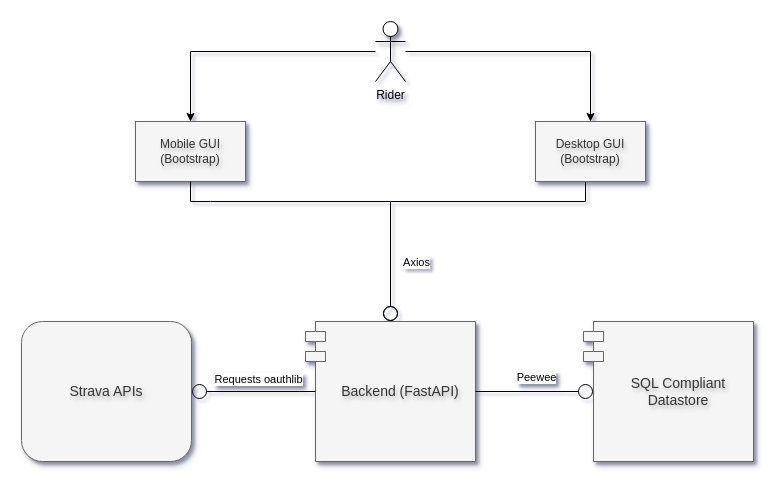
Above: page "System overview" (1 of 7) of docs/all_diagrams.drawio in xivind/velo-supervisor-2000 (draw.io), before the change. Source tidied: cells renumbered, new cells numbered last; positions are measured from the earlier drawing's top-left corner, leaving out a move shared by most shapes. Both pictures are drawn from the tidied source at 100%, with x=0, y=0 at pixel (21, 21).
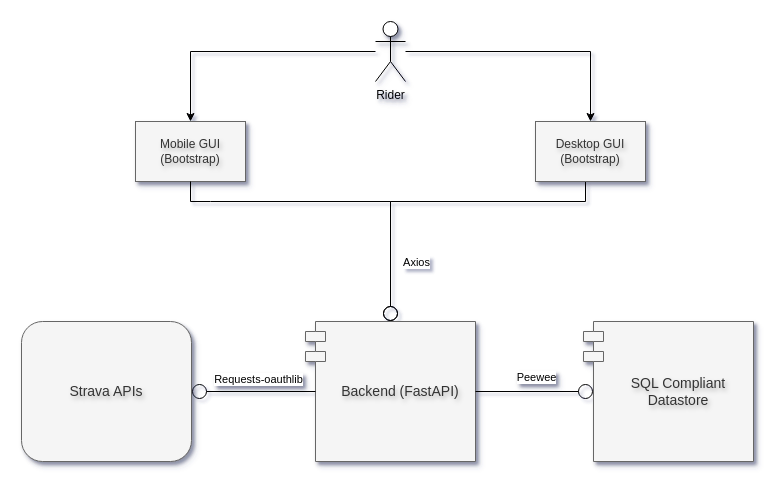
The same diagram, later.

Commit message:
Change lib name

The change refers to these unchanged cells:
```xml
<mxCell id="15" style="edgeStyle=orthogonalEdgeStyle;rounded=0;jettySize=auto;html=1;endArrow=circle;endFill=0;exitX=0;exitY=0.5;exitDx=10;exitDy=0;entryX=1;entryY=0.5;entryDx=0;entryDy=0;textShadow=1;exitPerimeter=0;" parent="1" edge="1" source="6" target="10">
  <mxGeometry relative="1" as="geometry" />
</mxCell>
```

Diff of the diagram source:
```diff
@@
-    <mxCell id="16" value="Requests oauthlib" style="edgeLabel;html=1;align=center;verticalAlign=middle;textShadow=1;" parent="15" vertex="1">
+    <mxCell id="16" value="Requests-oauthlib" style="edgeLabel;html=1;align=center;verticalAlign=middle;textShadow=1;" parent="15" vertex="1">
       <mxGeometry x="0.01" y="1" relative="1" as="geometry">
         <mxPoint x="5" y="-14" as="offset" />
       </mxGeometry>
     </mxCell>
```
